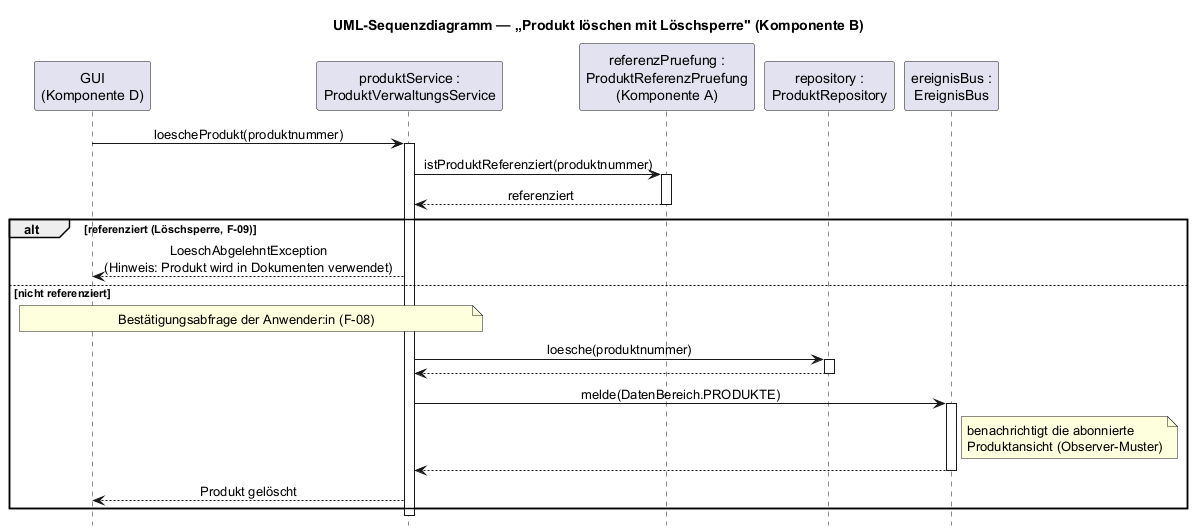
Earlier version of the PlantUML export dokumentation/diagramme/sequenz_produkt_loeschen.png (lucasstrubel/faktura). Source of this version:
```plantuml
@startuml sequenz_produkt_loeschen
!pragma layout smetana

skinparam shadowing false
skinparam sequenceMessageAlign center
hide footbox

title UML-Sequenzdiagramm — „Produkt löschen mit Löschsperre" (Komponente B)

participant "GUI\n(Komponente D)" as GUI
participant "produktService :\nProduktVerwaltungsService" as PVS
participant "referenzPruefung :\nProduktReferenzPruefung\n(Komponente A)" as RP
participant "repository :\nProduktRepository" as REPO
participant "ereignisBus :\nEreignisBus" as EB

GUI -> PVS : loescheProdukt(produktnummer)
activate PVS

PVS -> RP : istProduktReferenziert(produktnummer)
activate RP
RP --> PVS : referenziert
deactivate RP

alt referenziert (Löschsperre, F-09)
  PVS --> GUI : LoeschAbgelehntException\n(Hinweis: Produkt wird in Dokumenten verwendet)
else nicht referenziert
  note over GUI, PVS : Bestätigungsabfrage der Anwender:in (F-08)
  PVS -> REPO : loesche(produktnummer)
  activate REPO
  REPO --> PVS
  deactivate REPO
  PVS -> EB : melde(DatenBereich.PRODUKTE)
  activate EB
  note right of EB : benachrichtigt die abonnierte\nProduktansicht (Observer-Muster)
  EB --> PVS
  deactivate EB
  PVS --> GUI : Produkt gelöscht
end

deactivate PVS

@enduml
```
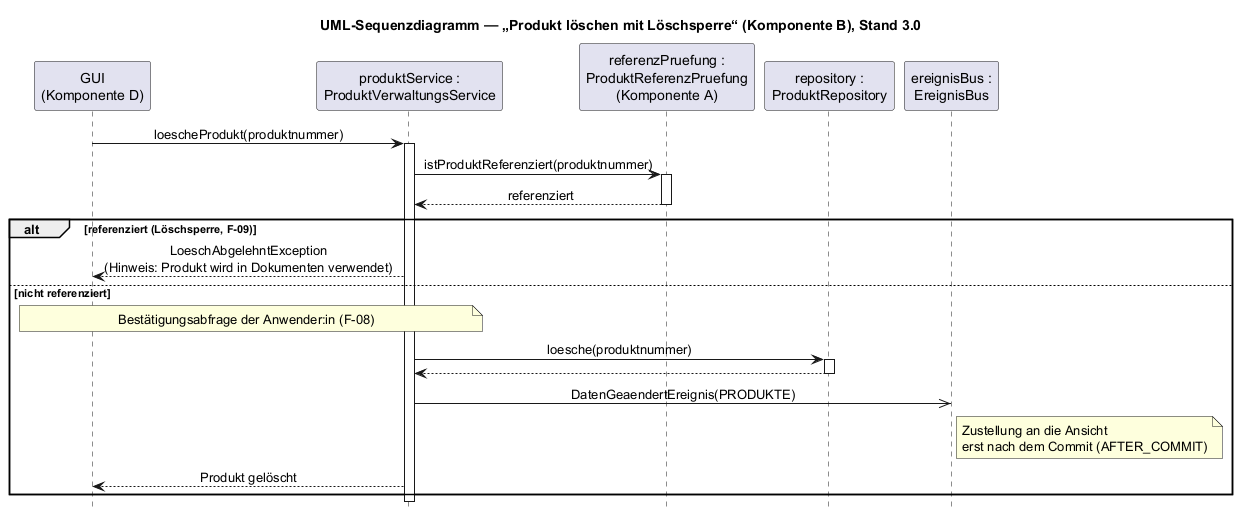
Above is the later version.

Change to the diagram source:
```diff
@@ -5,7 +5,7 @@
 skinparam sequenceMessageAlign center
 hide footbox
 
-title UML-Sequenzdiagramm — „Produkt löschen mit Löschsperre" (Komponente B)
+title UML-Sequenzdiagramm — „Produkt löschen mit Löschsperre“ (Komponente B), Stand 3.0
 
 participant "GUI\n(Komponente D)" as GUI
 participant "produktService :\nProduktVerwaltungsService" as PVS
@@ -29,11 +29,8 @@
   activate REPO
   REPO --> PVS
   deactivate REPO
-  PVS -> EB : melde(DatenBereich.PRODUKTE)
-  activate EB
-  note right of EB : benachrichtigt die abonnierte\nProduktansicht (Observer-Muster)
-  EB --> PVS
-  deactivate EB
+  PVS ->> EB : DatenGeaendertEreignis(PRODUKTE)
+  note right of EB : Zustellung an die Ansicht\nerst nach dem Commit (AFTER_COMMIT)
   PVS --> GUI : Produkt gelöscht
 end
 
```
